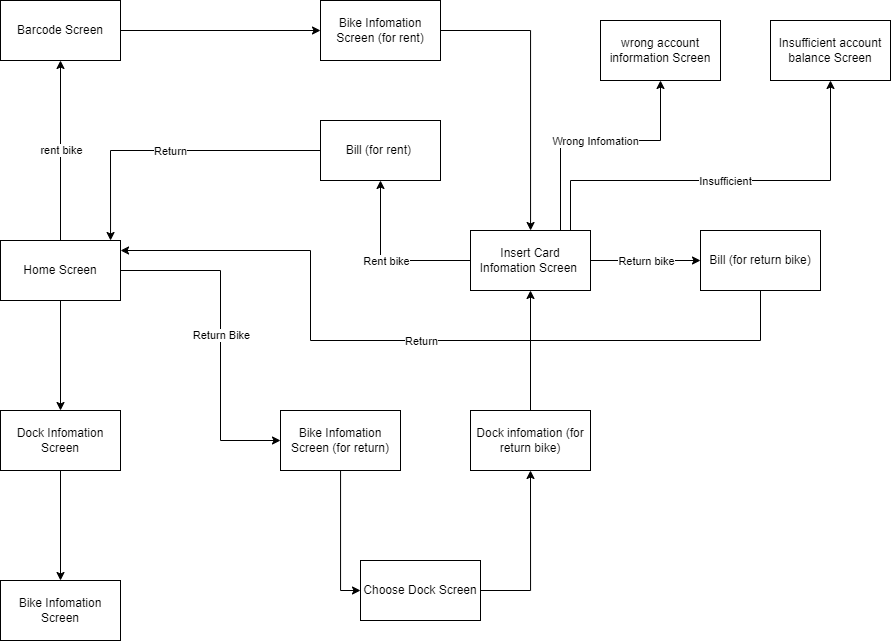
The draw.io diagram Detailed Design/Interface Design/User Interface Design/Screen transition diagram/Screen_Transaction.png in janglee83/ISD.VN.20221.05, before a commit. Source tidied: cells renumbered, new cells last; positions are measured from the earlier drawing's top-left corner, leaving out a move shared by most shapes.
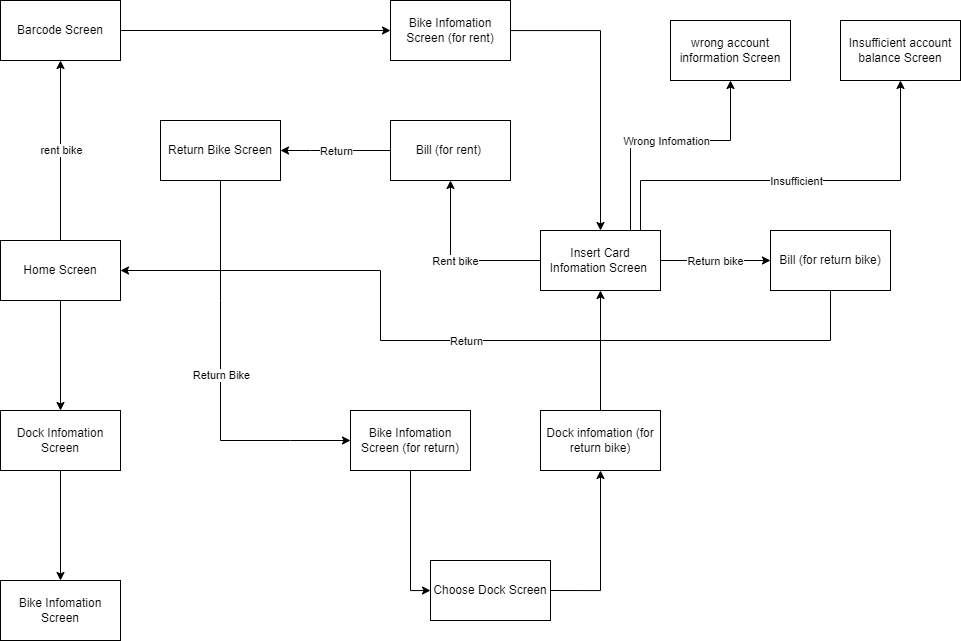
Later version of the same file.

Diff of the diagram source:
```diff
@@ -6,22 +6,22 @@
       <mxGeometry relative="1" as="geometry" />
     </mxCell>
     <mxCell id="3" value="Home Screen" style="rounded=0;whiteSpace=wrap;html=1;" parent="1" vertex="1">
-      <mxGeometry y="240" width="120" height="60" as="geometry" />
+      <mxGeometry x="-70" y="240" width="120" height="60" as="geometry" />
     </mxCell>
     <mxCell id="4" style="edgeStyle=orthogonalEdgeStyle;rounded=0;jettySize=auto;html=1;entryX=0.5;entryY=0;entryDx=0;entryDy=0;" parent="1" edge="1" source="5" target="6">
       <mxGeometry relative="1" as="geometry" />
     </mxCell>
     <mxCell id="5" value="Dock Infomation Screen" style="rounded=0;whiteSpace=wrap;html=1;" parent="1" vertex="1">
-      <mxGeometry y="410" width="120" height="60" as="geometry" />
+      <mxGeometry x="-70" y="410" width="120" height="60" as="geometry" />
     </mxCell>
     <mxCell id="6" value="Bike Infomation Screen" style="rounded=0;whiteSpace=wrap;html=1;" parent="1" vertex="1">
-      <mxGeometry y="580" width="120" height="60" as="geometry" />
+      <mxGeometry x="-70" y="580" width="120" height="60" as="geometry" />
     </mxCell>
     <mxCell id="7" style="edgeStyle=orthogonalEdgeStyle;rounded=0;jettySize=auto;html=1;" parent="1" edge="1" source="8" target="10">
       <mxGeometry relative="1" as="geometry" />
     </mxCell>
     <mxCell id="8" value="Barcode Screen" style="rounded=0;whiteSpace=wrap;html=1;" parent="1" vertex="1">
-      <mxGeometry width="120" height="60" as="geometry" />
+      <mxGeometry x="-70" width="120" height="60" as="geometry" />
     </mxCell>
     <mxCell id="9" style="edgeStyle=orthogonalEdgeStyle;rounded=0;jettySize=auto;html=1;" parent="1" edge="1" source="10" target="11">
       <mxGeometry relative="1" as="geometry" />
@@ -62,18 +62,17 @@
     <mxCell id="21" value="Bike Infomation Screen (for return)" style="rounded=0;whiteSpace=wrap;html=1;" parent="1" vertex="1">
       <mxGeometry x="280" y="410" width="120" height="60" as="geometry" />
     </mxCell>
-    <mxCell id="22" style="endArrow=classic;html=1;rounded=0;exitX=0.5;exitY=0;exitDx=0;exitDy=0;entryX=0.5;entryY=1;entryDx=0;entryDy=0;" parent="1" edge="1" target="8">
-      <mxGeometry relative="1" as="geometry">
-        <mxPoint x="60" y="240" as="sourcePoint" />
-      </mxGeometry>
+    <mxCell id="22" style="endArrow=classic;html=1;rounded=0;exitX=0.5;exitY=0;exitDx=0;exitDy=0;entryX=0.5;entryY=1;entryDx=0;entryDy=0;" parent="1" edge="1" source="3" target="8">
+      <mxGeometry relative="1" as="geometry" />
     </mxCell>
     <mxCell id="23" value="rent bike" style="edgeLabel;html=1;align=center;verticalAlign=middle;" parent="22" vertex="1">
       <mxGeometry relative="1" as="geometry" />
     </mxCell>
-    <mxCell id="24" style="endArrow=classic;html=1;rounded=0;exitX=1;exitY=0.5;exitDx=0;exitDy=0;entryX=0;entryY=0.5;entryDx=0;entryDy=0;" parent="1" edge="1" source="3" target="21">
+    <mxCell id="24" style="endArrow=classic;html=1;rounded=0;exitX=0.5;exitY=1;exitDx=0;exitDy=0;entryX=0;entryY=0.5;entryDx=0;entryDy=0;" parent="1" edge="1" source="38" target="21">
       <mxGeometry relative="1" as="geometry">
         <Array as="points">
-          <mxPoint x="220" y="270" />
+          <mxPoint x="150" y="300" />
+          <mxPoint x="150" y="440" />
           <mxPoint x="220" y="440" />
         </Array>
       </mxGeometry>
@@ -81,10 +80,10 @@
     <mxCell id="25" value="Return Bike" style="edgeLabel;html=1;align=center;verticalAlign=middle;" parent="24" vertex="1">
       <mxGeometry relative="1" as="geometry" />
     </mxCell>
-    <mxCell id="26" style="endArrow=classic;html=1;rounded=0;exitX=0;exitY=0.5;exitDx=0;exitDy=0;entryX=0.917;entryY=0;entryDx=0;entryDy=0;entryPerimeter=0;" parent="1" edge="1" source="15" target="3">
+    <mxCell id="26" style="endArrow=classic;html=1;rounded=0;exitX=0;exitY=0.5;exitDx=0;exitDy=0;entryX=1;entryY=0.5;entryDx=0;entryDy=0;" parent="1" edge="1" source="15" target="38">
       <mxGeometry relative="1" as="geometry">
         <Array as="points">
-          <mxPoint x="110" y="150" />
+          <mxPoint x="240" y="150" />
         </Array>
       </mxGeometry>
     </mxCell>
@@ -114,13 +113,12 @@
     <mxCell id="31" value="Insufficient" style="edgeLabel;html=1;align=center;verticalAlign=middle;" parent="30" vertex="1">
       <mxGeometry relative="1" as="geometry" />
     </mxCell>
-    <mxCell id="32" style="endArrow=classic;html=1;rounded=0;exitX=0.5;exitY=1;exitDx=0;exitDy=0;entryX=0.917;entryY=0;entryDx=0;entryDy=0;entryPerimeter=0;" parent="1" edge="1" source="14">
+    <mxCell id="32" style="endArrow=classic;html=1;rounded=0;exitX=0.5;exitY=1;exitDx=0;exitDy=0;entryX=1;entryY=0.5;entryDx=0;entryDy=0;" parent="1" edge="1" source="14" target="3">
       <mxGeometry relative="1" as="geometry">
-        <mxPoint x="120" y="250" as="targetPoint" />
         <Array as="points">
           <mxPoint x="760" y="340" />
           <mxPoint x="310" y="340" />
-          <mxPoint x="310" y="250" />
+          <mxPoint x="310" y="270" />
         </Array>
       </mxGeometry>
     </mxCell>
@@ -143,5 +141,8 @@
     <mxCell id="37" value="Return bike" style="edgeLabel;html=1;align=center;verticalAlign=middle;" parent="36" vertex="1">
       <mxGeometry relative="1" as="geometry" />
     </mxCell>
+    <mxCell id="38" value="Return Bike Screen" style="rounded=0;whiteSpace=wrap;html=1;" parent="1" vertex="1">
+      <mxGeometry x="90" y="120" width="120" height="60" as="geometry" />
+    </mxCell>
   </root>
 </mxGraphModel>
```
